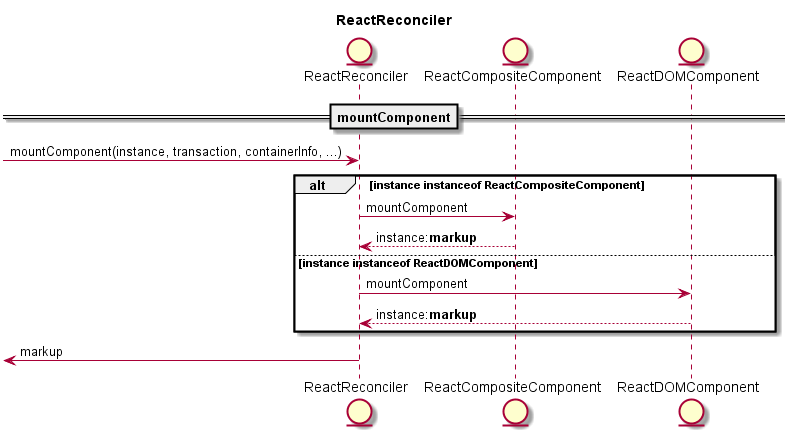
Before: src/ReactReconciler.png, a diagram exported from PlantUML (Kacxxia/learnReact15.6.2).
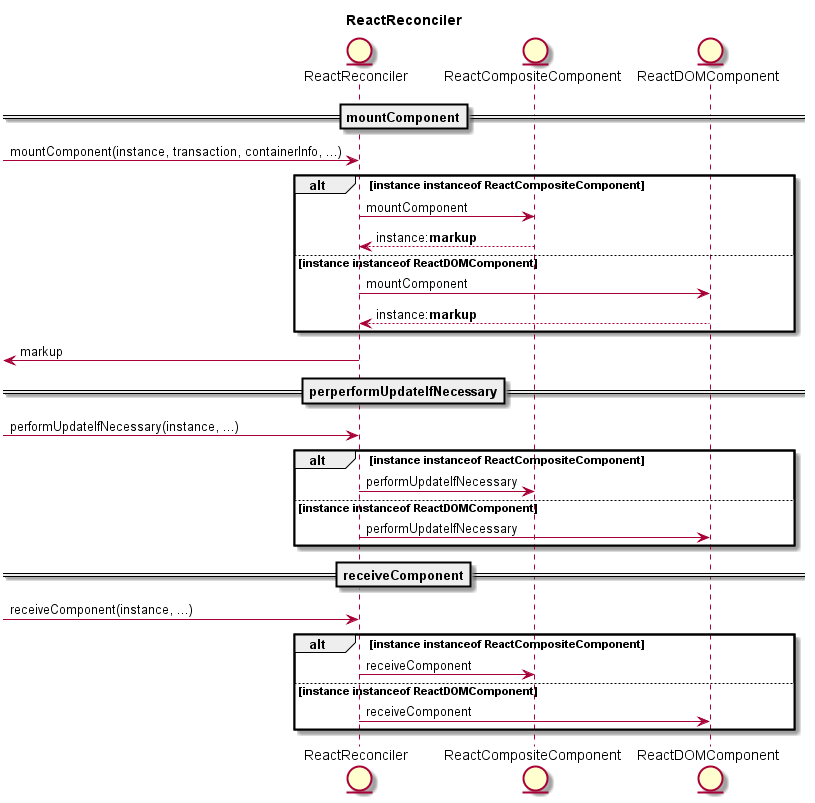
The same file after the commit.

Change to the diagram source:
```diff
@@ -16,5 +16,21 @@
 end
 [<- ReactReconciler: markup
 
+==perperformUpdateIfNecessary==
+[-> ReactReconciler: performUpdateIfNecessary(instance, ...)
+alt instance instanceof ReactCompositeComponent
+  ReactReconciler -> ReactCompositeComponent: performUpdateIfNecessary
+else instance instanceof ReactDOMComponent
+  ReactReconciler -> ReactDOMComponent: performUpdateIfNecessary
+end
+
+==receiveComponent==
+[-> ReactReconciler: receiveComponent(instance, ...)
+alt instance instanceof ReactCompositeComponent
+  ReactReconciler -> ReactCompositeComponent: receiveComponent
+else instance instanceof ReactDOMComponent
+  ReactReconciler -> ReactDOMComponent: receiveComponent
+end
+
 
 @enduml
```
